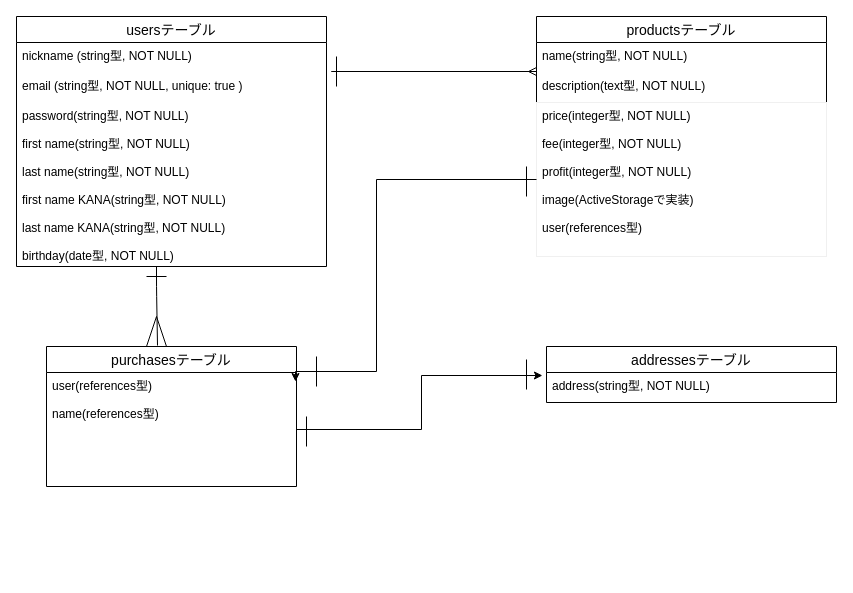
Above: test.dio in akaohiroki/furima-30204 (draw.io), before the change. Source tidied: cells renumbered, new cells numbered last; positions are measured from the earlier drawing's top-left corner, leaving out a move shared by most shapes. Both pictures are drawn from the tidied source at 100%, with x=0, y=0 at pixel (16, 16).
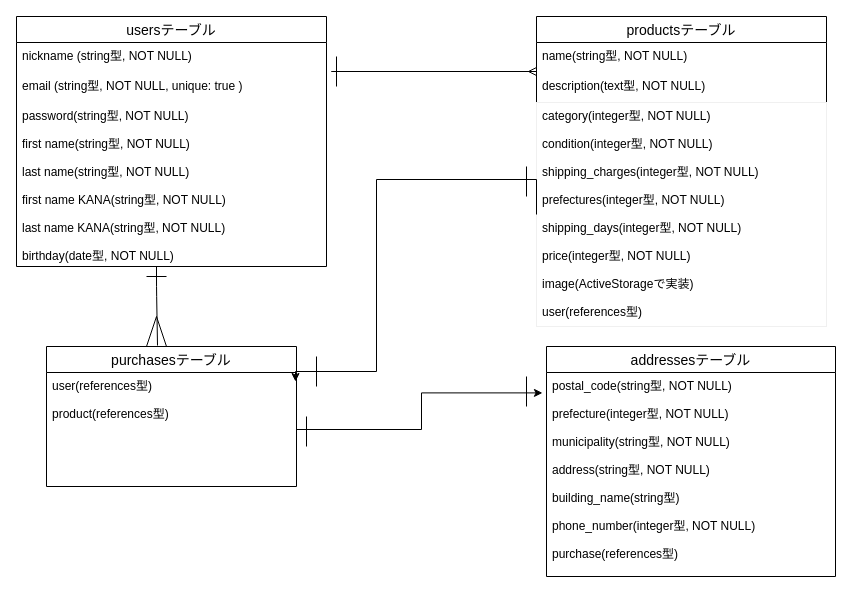
After the change.

Commit message (it also covers changes not shown here):
README, ER図の作成(修正2)

Unchanged cells that the change refers to:
```xml
<mxCell id="10" value="purchasesテーブル" style="swimlane;fontStyle=0;horizontal=1;startSize=26;align=center;fontSize=14;" parent="1" vertex="1">
  <mxGeometry x="30" y="330" width="250" height="140" as="geometry" />
</mxCell>
```

Diff of the diagram source:
```diff
@@
     <mxCell id="6" value="productsテーブル" style="swimlane;fontStyle=0;horizontal=1;startSize=26;align=center;fontSize=14;" parent="1" vertex="1">
-      <mxGeometry x="520" width="290" height="240" as="geometry" />
+      <mxGeometry x="520" width="290" height="310" as="geometry" />
     </mxCell>
@@
-    <mxCell id="9" value="price(integer型, NOT NULL)&#10;&#10;fee(integer型, NOT NULL)&#10;&#10;profit(integer型, NOT NULL)&#10;&#10;image(ActiveStorageで実装)&#10;&#10;user(references型)&#10;" style="text;fillColor=none;spacingLeft=4;spacingRight=4;overflow=hidden;points=[[0,0.5],[1,0.5]];portConstraint=eastwest;fontSize=12;strokeColor=#f0f0f0;" parent="6" vertex="1">
-      <mxGeometry y="86" width="290" height="154" as="geometry" />
+    <mxCell id="9" value="category(integer型, NOT NULL)&#10;&#10;condition(integer型, NOT NULL)&#10;&#10;shipping_charges(integer型, NOT NULL)&#10;&#10;prefectures(integer型, NOT NULL)&#10;&#10;shipping_days(integer型, NOT NULL)&#10;&#10;price(integer型, NOT NULL)&#10;&#10;image(ActiveStorageで実装)&#10;&#10;user(references型)&#10;" style="text;fillColor=none;spacingLeft=4;spacingRight=4;overflow=hidden;points=[[0,0.5],[1,0.5]];portConstraint=eastwest;fontSize=12;strokeColor=#f0f0f0;" parent="6" vertex="1">
+      <mxGeometry y="86" width="290" height="224" as="geometry" />
     </mxCell>
@@
-    <mxCell id="11" value="user(references型)&#10;&#10;name(references型)&#10;&#10;&#10;" style="text;strokeColor=none;fillColor=none;spacingLeft=4;spacingRight=4;overflow=hidden;points=[[0,0.5],[1,0.5]];portConstraint=eastwest;fontSize=12;" parent="10" vertex="1">
+    <mxCell id="11" value="user(references型)&#10;&#10;product(references型)&#10;&#10;&#10;" style="text;strokeColor=none;fillColor=none;spacingLeft=4;spacingRight=4;overflow=hidden;points=[[0,0.5],[1,0.5]];portConstraint=eastwest;fontSize=12;" parent="10" vertex="1">
       <mxGeometry y="26" width="250" height="114" as="geometry" />
     </mxCell>
     <mxCell id="12" value="addressesテーブル" style="swimlane;fontStyle=0;horizontal=1;startSize=26;align=center;fontSize=14;" parent="1" vertex="1">
-      <mxGeometry x="530" y="330" width="290" height="56" as="geometry" />
+      <mxGeometry x="530" y="330" width="289" height="230" as="geometry" />
     </mxCell>
-    <mxCell id="13" value="address(string型, NOT NULL)" style="text;strokeColor=none;fillColor=none;spacingLeft=4;spacingRight=4;overflow=hidden;points=[[0,0.5],[1,0.5]];portConstraint=eastwest;fontSize=12;" parent="12" vertex="1">
-      <mxGeometry y="26" width="290" height="30" as="geometry" />
+    <mxCell id="13" value="postal_code(string型, NOT NULL)&#10;&#10;prefecture(integer型, NOT NULL)&#10;&#10;municipality(string型, NOT NULL)&#10;&#10;address(string型, NOT NULL)&#10;&#10;building_name(string型)&#10;&#10;phone_number(integer型, NOT NULL)&#10;&#10;purchase(references型)&#10;" style="text;strokeColor=none;fillColor=none;spacingLeft=4;spacingRight=4;overflow=hidden;points=[[0,0.5],[1,0.5]];portConstraint=eastwest;fontSize=12;" parent="12" vertex="1">
+      <mxGeometry y="26" width="289" height="204" as="geometry" />
     </mxCell>
@@
     <mxCell id="17" style="endArrow=none;html=1;" parent="1" edge="1">
       <mxGeometry relative="1" as="geometry">
-        <mxPoint x="510" y="373" as="sourcePoint" />
-        <mxPoint x="510" y="343" as="targetPoint" />
+        <mxPoint x="510" y="390" as="sourcePoint" />
+        <mxPoint x="510" y="360" as="targetPoint" />
       </mxGeometry>
     </mxCell>
```
